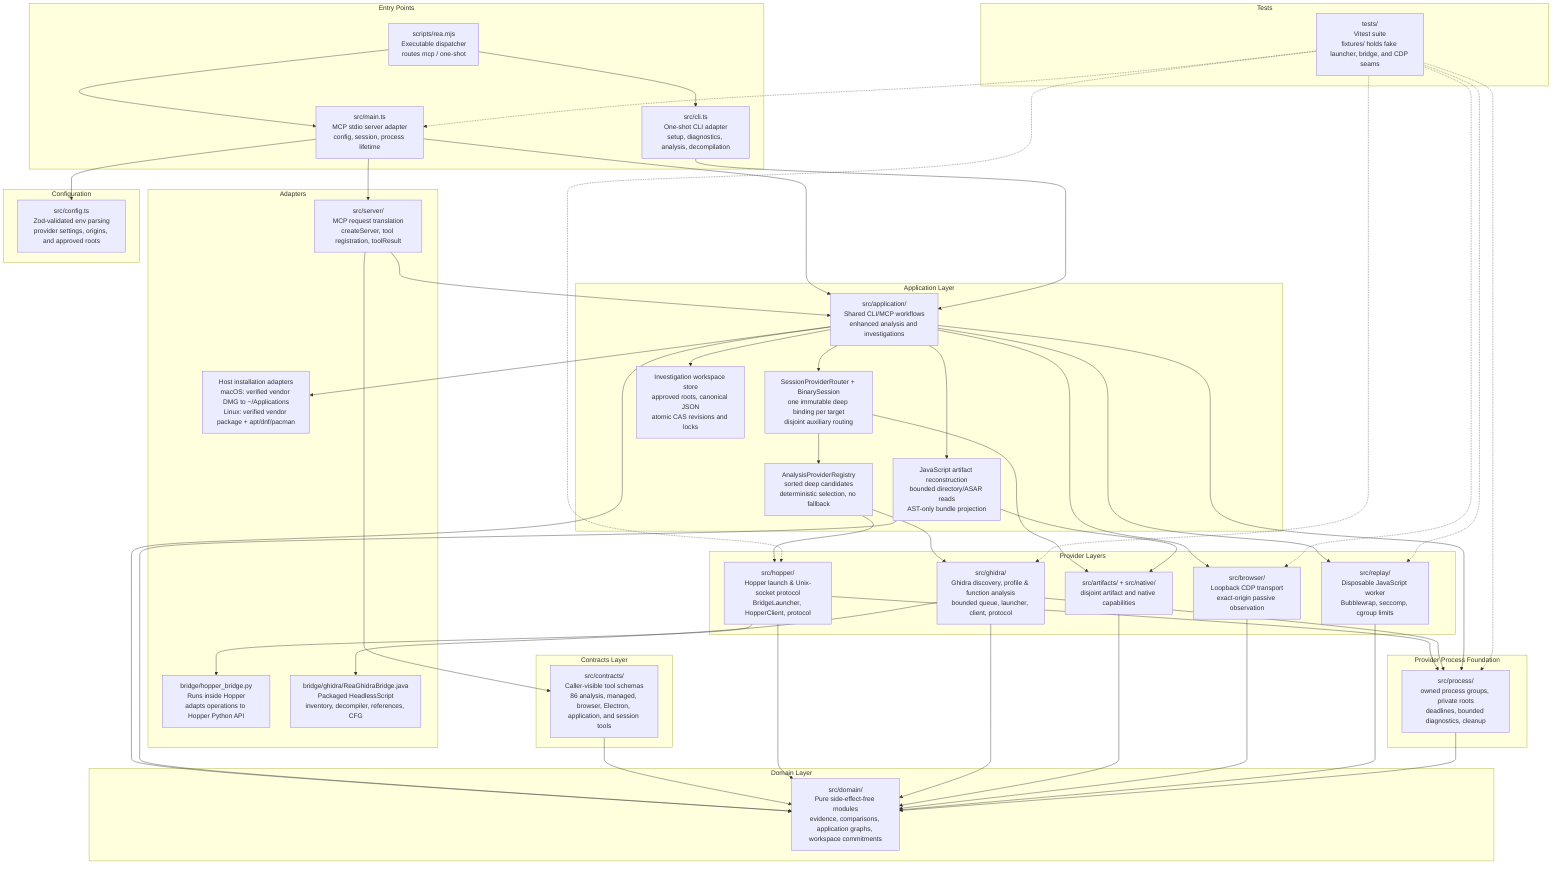
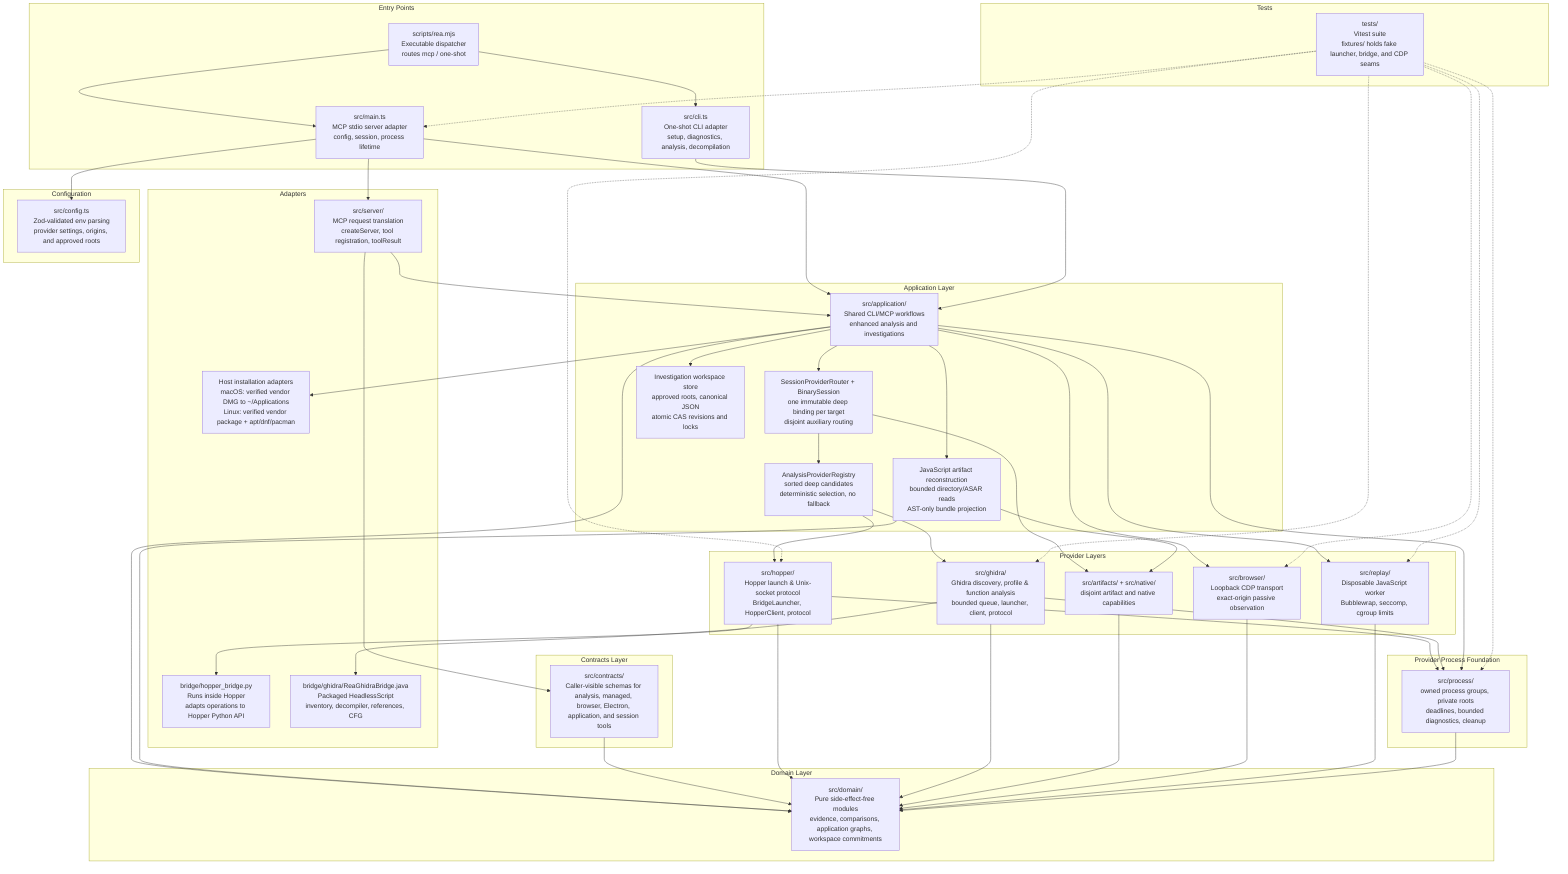
graph TD
    subgraph "Entry Points"
        CLI["src/cli.ts<br/>One-shot CLI adapter<br/>setup, diagnostics, analysis, decompilation"]
        MAIN["src/main.ts<br/>MCP stdio server adapter<br/>config, session, process lifetime"]
        DISPATCH["scripts/rea.mjs<br/>Executable dispatcher<br/>routes mcp / one-shot"]
    end

    subgraph "Adapters"
        SERVER["src/server/<br/>MCP request translation<br/>createServer, tool registration, toolResult"]
        HOPPER_BRIDGE["bridge/hopper_bridge.py<br/>Runs inside Hopper<br/>adapts operations to Hopper Python API"]
        GHIDRA_BRIDGE["bridge/ghidra/ReaGhidraBridge.java<br/>Packaged HeadlessScript<br/>inventory, decompiler, references, CFG"]
        INSTALL["Host installation adapters<br/>macOS: verified vendor DMG to ~/Applications<br/>Linux: verified vendor package + apt/dnf/pacman"]
    end

    subgraph "Application Layer"
        APP["src/application/<br/>Shared CLI/MCP workflows<br/>enhanced analysis and investigations"]
        SESSION["SessionProviderRouter + BinarySession<br/>one immutable deep binding per target<br/>disjoint auxiliary routing"]
        REGISTRY["AnalysisProviderRegistry<br/>sorted deep candidates<br/>deterministic selection, no fallback"]
        WORKSPACE["Investigation workspace store<br/>approved roots, canonical JSON<br/>atomic CAS revisions and locks"]
        JS_RECON["JavaScript artifact reconstruction<br/>bounded directory/ASAR reads<br/>AST-only bundle projection"]
    end

    subgraph "Provider Layers"
        HOPPER["src/hopper/<br/>Hopper launch & Unix-socket protocol<br/>BridgeLauncher, HopperClient, protocol"]
        GHIDRA["src/ghidra/<br/>Ghidra discovery, profile & function analysis<br/>bounded queue, launcher, client, protocol"]
        AUX["src/artifacts/ + src/native/<br/>disjoint artifact and native capabilities"]
        BROWSER["src/browser/<br/>Loopback CDP transport<br/>exact-origin passive observation"]
        REPLAY["src/replay/<br/>Disposable JavaScript worker<br/>Bubblewrap, seccomp, cgroup limits"]
    end

    subgraph "Provider Process Foundation"
        PROCESS["src/process/<br/>owned process groups, private roots<br/>deadlines, bounded diagnostics, cleanup"]
    end

    subgraph "Contracts Layer"
-         CONTRACTS["src/contracts/<br/>Caller-visible tool schemas<br/>86 analysis, managed, browser, Electron, application, and session tools"]
+         CONTRACTS["src/contracts/<br/>Caller-visible schemas for analysis, managed, browser, Electron, application, and session tools"]
    end

    subgraph "Domain Layer"
        DOMAIN["src/domain/<br/>Pure side-effect-free modules<br/>evidence, comparisons, application graphs, workspace commitments"]
    end

    subgraph "Configuration"
        CONFIG["src/config.ts<br/>Zod-validated env parsing<br/>provider settings, origins, and approved roots"]
    end

    subgraph "Tests"
        TESTS["tests/<br/>Vitest suite<br/>fixtures/ holds fake launcher, bridge, and CDP seams"]
    end

    DISPATCH --> CLI
    DISPATCH --> MAIN
    MAIN --> CONFIG
    MAIN --> SERVER
    MAIN --> APP
    CLI --> APP
    APP --> SESSION
    SESSION --> REGISTRY
    REGISTRY --> HOPPER
    REGISTRY --> GHIDRA
    SESSION --> AUX
    APP --> WORKSPACE
    APP --> JS_RECON
    APP --> INSTALL
    SERVER --> CONTRACTS
    SERVER --> APP
    APP --> BROWSER
    APP --> REPLAY
    HOPPER --> HOPPER_BRIDGE
    GHIDRA --> GHIDRA_BRIDGE
    HOPPER --> PROCESS
    GHIDRA --> PROCESS
    APP --> PROCESS
    APP --> DOMAIN
    JS_RECON --> AUX
    JS_RECON --> DOMAIN
    CONTRACTS --> DOMAIN
    HOPPER --> DOMAIN
    GHIDRA --> DOMAIN
    AUX --> DOMAIN
    BROWSER --> DOMAIN
    REPLAY --> DOMAIN
    PROCESS --> DOMAIN
    TESTS -.-> MAIN
    TESTS -.-> HOPPER
    TESTS -.-> GHIDRA
    TESTS -.-> PROCESS
    TESTS -.-> BROWSER
    TESTS -.-> REPLAY
